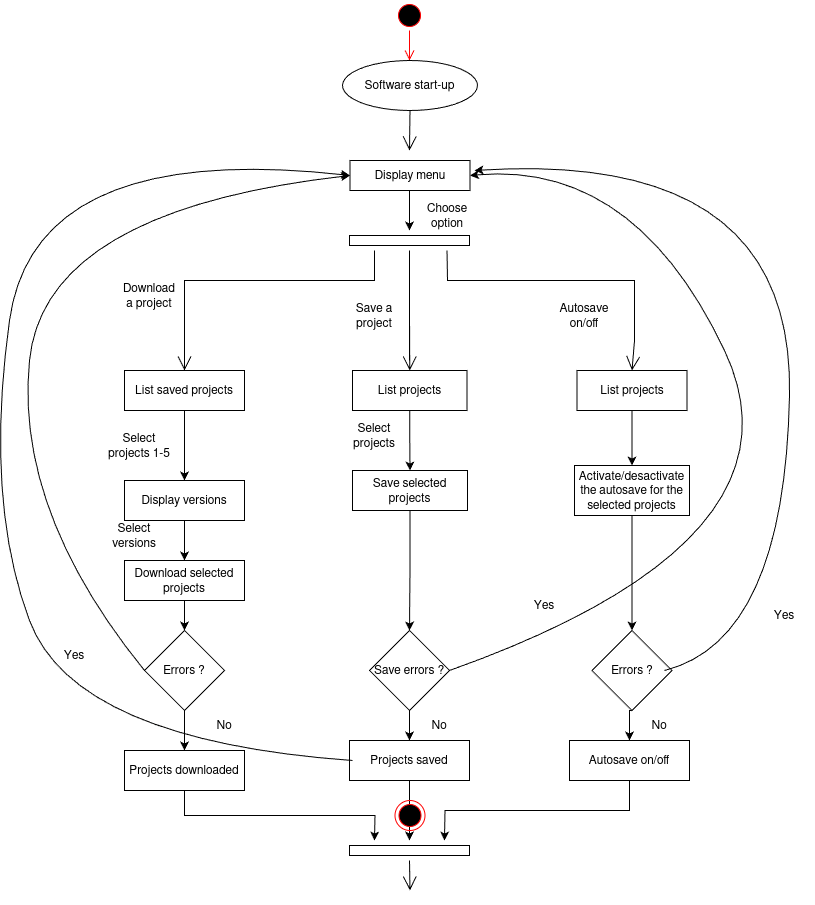
The draw.io diagram ressources/activity_diagram.png in saadaouis/Projet_GL, before a commit. Source tidied: cells renumbered, new cells last; positions are measured from the earlier drawing's top-left corner, leaving out a move shared by most shapes.
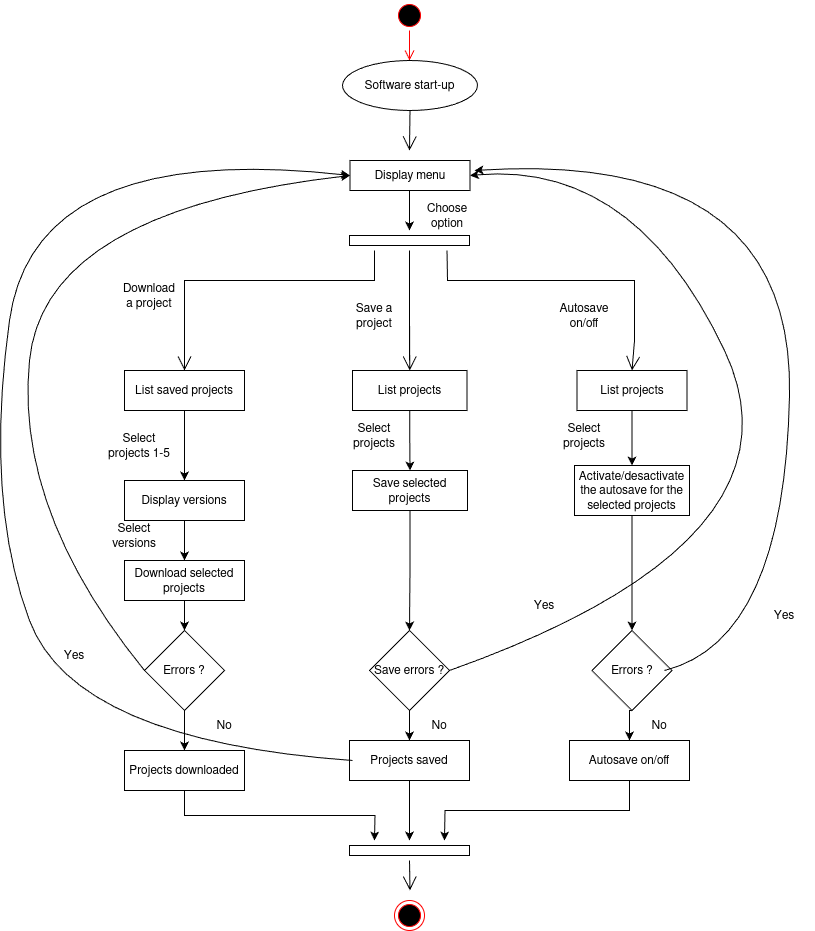
The same diagram one commit later.

What changed in the source:
```diff
@@ -163,7 +163,7 @@
       </mxGeometry>
     </mxCell>
     <mxCell id="41" style="ellipse;html=1;shape=endState;fillColor=#000000;strokeColor=#ff0000;" parent="1" vertex="1">
-      <mxGeometry x="410.5" y="800" width="30" height="30" as="geometry" />
+      <mxGeometry x="410" y="900" width="30" height="30" as="geometry" />
     </mxCell>
     <mxCell id="42" style="endArrow=open;endFill=1;endSize=12;html=1;rounded=0;entryX=0.5;entryY=0;entryDx=0;entryDy=0;" parent="1" edge="1">
       <mxGeometry relative="1" as="geometry">
@@ -231,5 +231,8 @@
     <mxCell id="57" value="No" style="text;html=1;align=center;verticalAlign=middle;whiteSpace=wrap;rounded=0;" parent="1" vertex="1">
       <mxGeometry x="645" y="710" width="60" height="30" as="geometry" />
     </mxCell>
+    <mxCell id="58" value="Select projects" style="text;html=1;align=center;verticalAlign=middle;whiteSpace=wrap;rounded=0;" parent="1" vertex="1">
+      <mxGeometry x="570" y="420" width="60" height="30" as="geometry" />
+    </mxCell>
   </root>
 </mxGraphModel>
```
